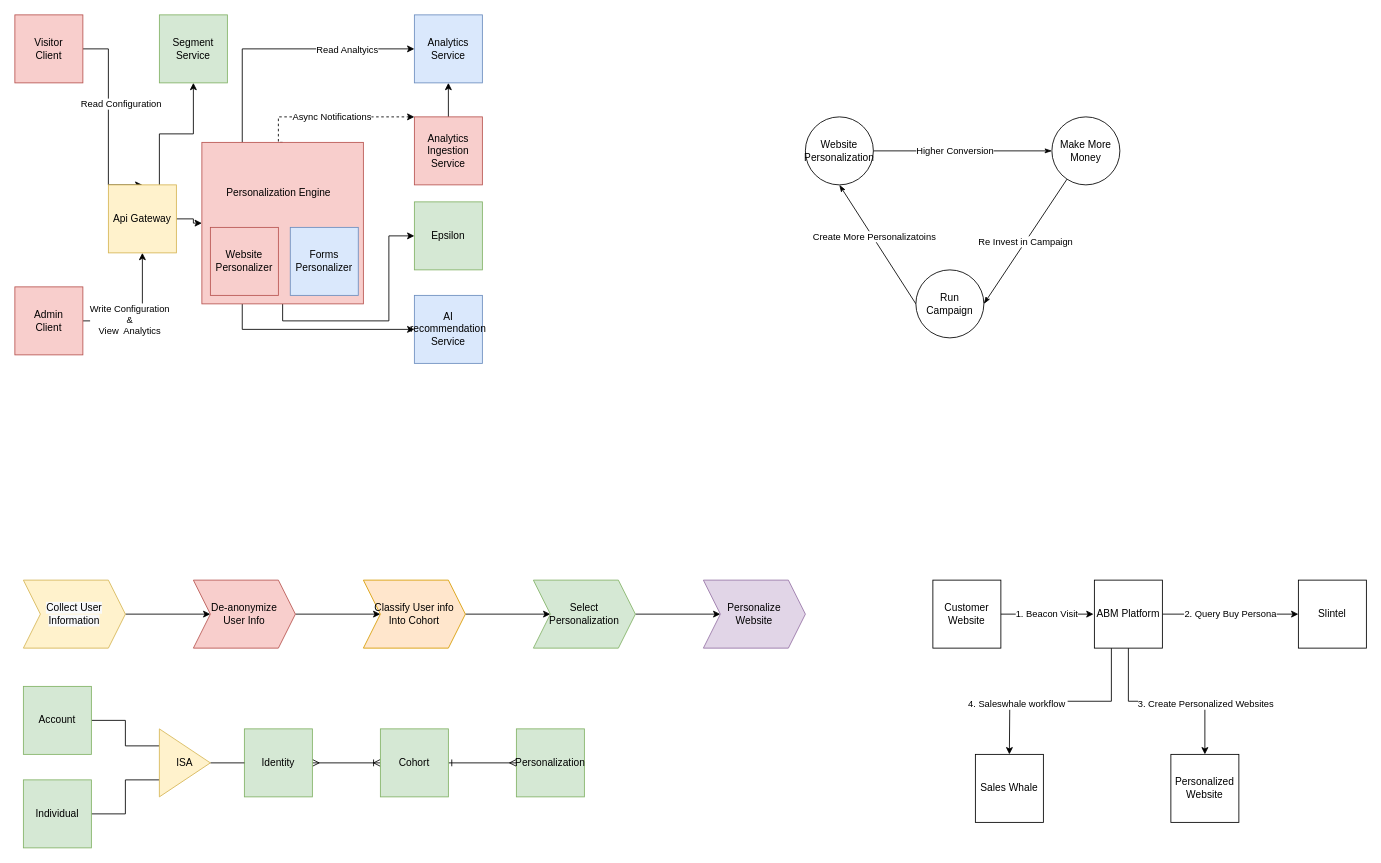
This is page "website personalization" (1 of 3) of Untitled Diagram.drawio from DogaCUlupinar/Compiler, a draw.io file, before an edit. Source tidied: cells renumbered, new cells numbered last; positions are measured from the earlier drawing's top-left corner, leaving out a move shared by most shapes. Both pictures are drawn from the tidied source at 85%, with x=0, y=0 at pixel (14, 14).
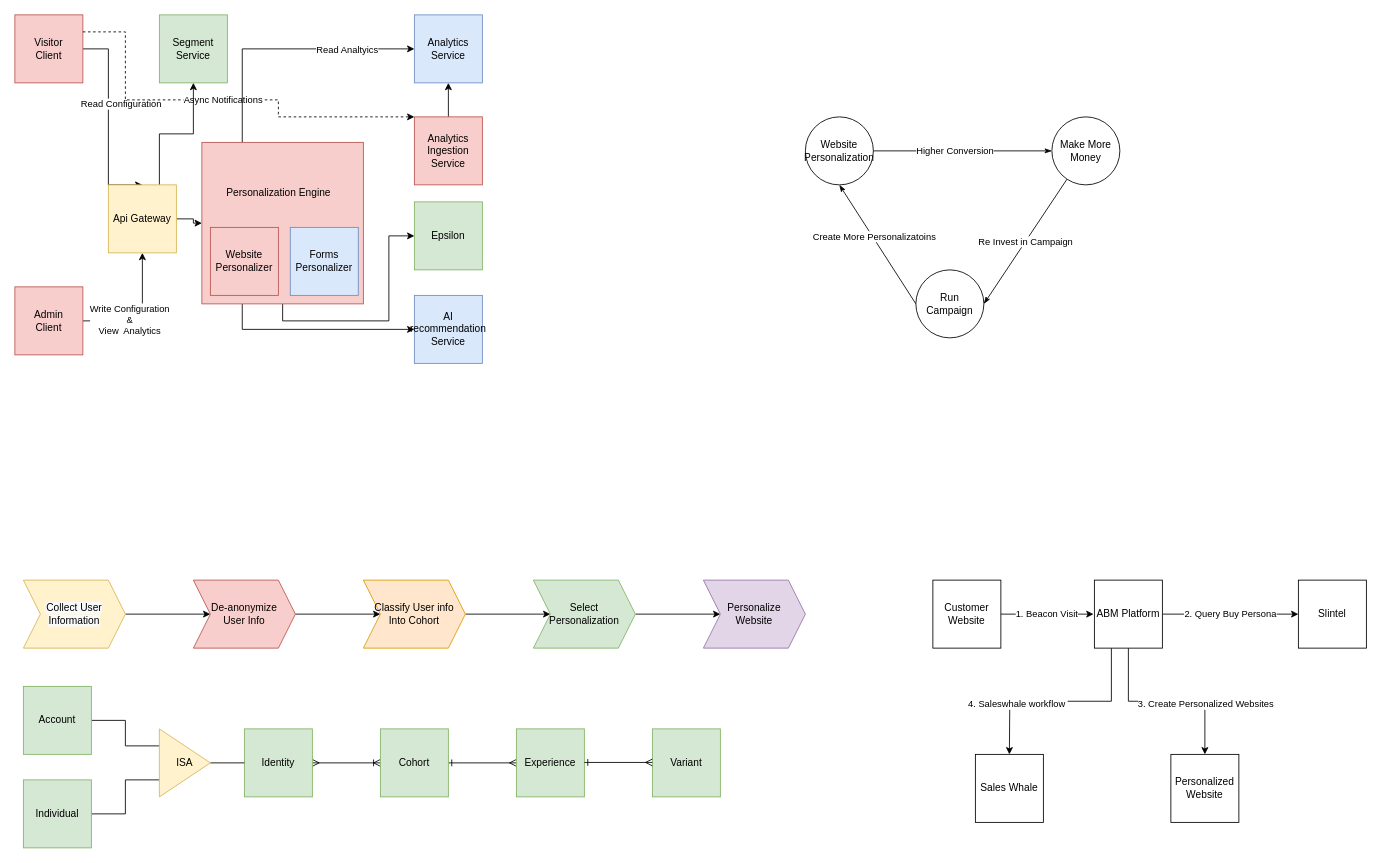
After the change.

Unchanged cells that the change refers to:
```xml
<mxCell id="4" value="Visitor&lt;br&gt;Client" style="whiteSpace=wrap;html=1;fillColor=#f8cecc;strokeColor=#b85450;" parent="1" vertex="1">
  <mxGeometry width="80" height="80" as="geometry" />
</mxCell>
<mxCell id="10" style="whiteSpace=wrap;html=1;fillColor=#f8cecc;strokeColor=#b85450;" parent="1" vertex="1">
  <mxGeometry x="220" y="150" width="190" height="190" as="geometry" />
</mxCell>
<mxCell id="15" value="Analytics Ingestion Service" style="whiteSpace=wrap;html=1;fillColor=#f8cecc;strokeColor=#b85450;" parent="1" vertex="1">
  <mxGeometry x="470" y="120" width="80" height="80" as="geometry" />
</mxCell>
```

Diff of the diagram source:
```diff
@@
-    <mxCell id="5" value="Async Notifications" style="edgeStyle=orthogonalEdgeStyle;rounded=0;jettySize=auto;html=1;dashed=1;exitX=0.5;exitY=0;exitDx=0;exitDy=0;" parent="1" edge="1" source="10" target="15">
+    <mxCell id="5" value="Async Notifications" style="edgeStyle=orthogonalEdgeStyle;rounded=0;jettySize=auto;html=1;dashed=1;exitX=1;exitY=0.25;exitDx=0;exitDy=0;" parent="1" edge="1" source="4" target="15">
       <mxGeometry relative="1" as="geometry">
         <Array as="points">
-          <mxPoint x="310" y="150" />
+          <mxPoint x="130" y="20" />
+          <mxPoint x="130" y="100" />
+          <mxPoint x="310" y="100" />
           <mxPoint x="310" y="120" />
         </Array>
       </mxGeometry>
     </mxCell>
@@
-    <mxCell id="40" value="Personalization" style="whiteSpace=wrap;html=1;labelBackgroundColor=none;fillColor=#d5e8d4;strokeColor=#82b366;" parent="1" vertex="1">
+    <mxCell id="40" value="Experience" style="whiteSpace=wrap;html=1;labelBackgroundColor=none;fillColor=#d5e8d4;strokeColor=#82b366;" parent="1" vertex="1">
       <mxGeometry x="590" y="840" width="80" height="80" as="geometry" />
     </mxCell>
@@
+    <mxCell id="65" value="Variant" style="whiteSpace=wrap;html=1;labelBackgroundColor=none;fillColor=#d5e8d4;strokeColor=#82b366;" parent="1" vertex="1">
+      <mxGeometry x="750" y="840" width="80" height="80" as="geometry" />
+    </mxCell>
+    <mxCell id="66" style="edgeStyle=orthogonalEdgeStyle;rounded=0;orthogonalLoop=1;jettySize=auto;html=1;endArrow=ERmany;endFill=0;startArrow=ERone;startFill=0;" parent="1" edge="1">
+      <mxGeometry relative="1" as="geometry">
+        <mxPoint x="670" y="879.5" as="sourcePoint" />
+        <mxPoint x="750" y="879.5" as="targetPoint" />
+      </mxGeometry>
+    </mxCell>
```
